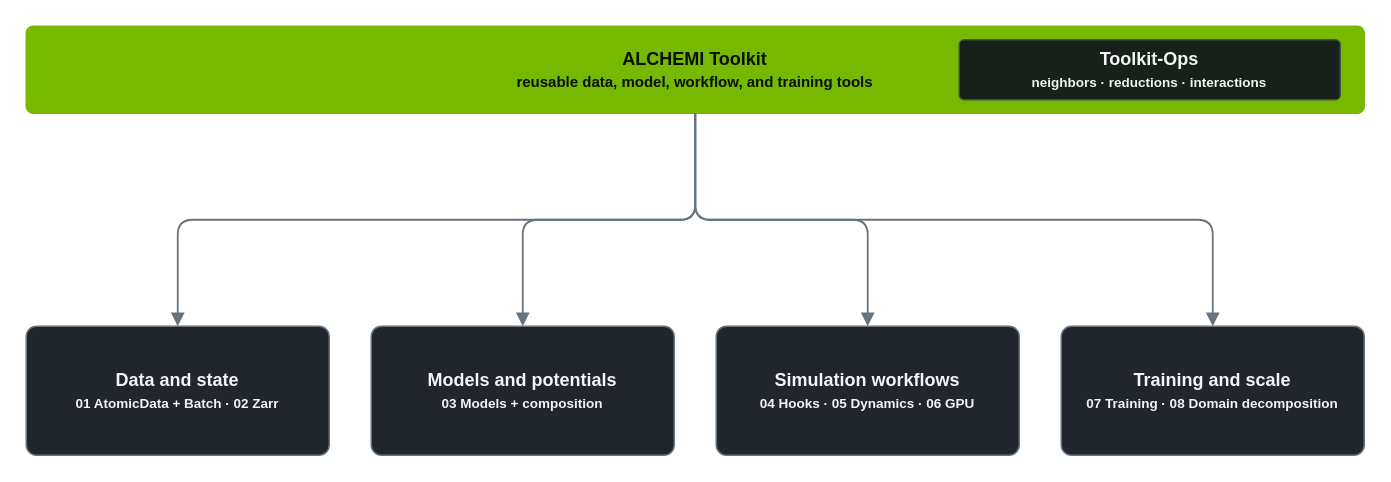
The draw.io diagram notebooks/00-core-playbook/assets/toolkit-capability-map.drawio in openhackathons-org/ALCHEMI-Bootcamp, before the edit. Source tidied: cells renumbered, new cells numbered last; positions are measured from the earlier drawing's top-left corner, leaving out a move shared by most shapes. Both pictures are drawn from the tidied source at 150%, with x=0, y=0 at pixel (26, 26).
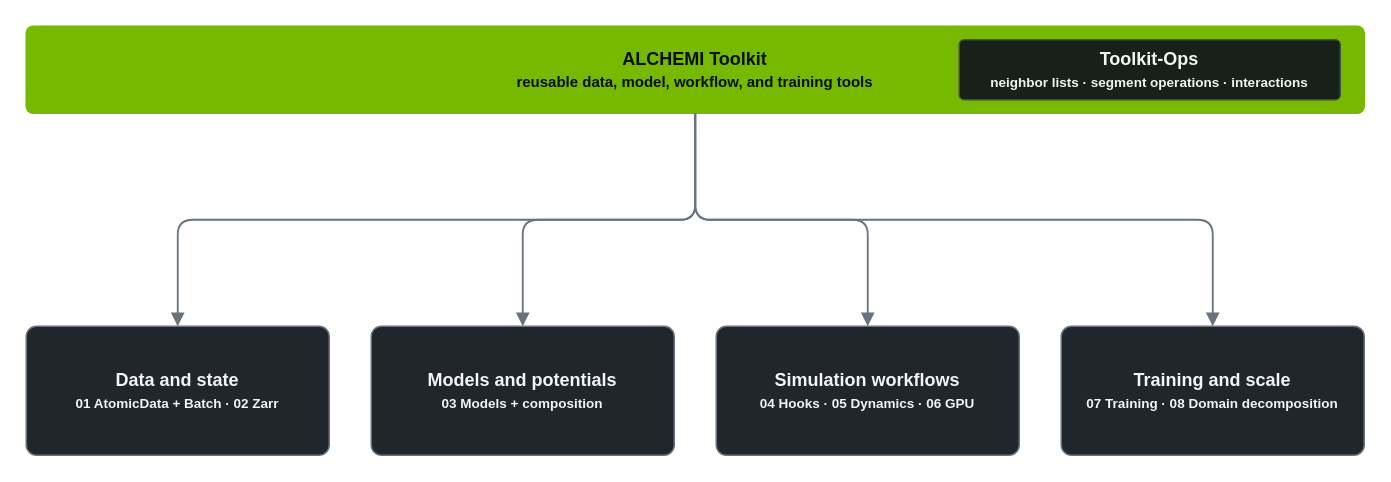
Above is the later version.

Diff of the diagram source:
```diff
@@
 <mxGraphModel>
   <root>
     <mxCell id="0" />
     <mxCell id="1" parent="0" />
     <mxCell id="2" value="ALCHEMI Toolkit&lt;br&gt;&lt;font style='font-size:10px'&gt;reusable data, model, workflow, and training tools&lt;/font&gt;" style="rounded=1;arcSize=8;whiteSpace=wrap;html=1;fillColor=#76B900;strokeColor=#76B900;fontColor=#081005;fontStyle=1;fontSize=12;" parent="1" vertex="1">
       <mxGeometry width="892" height="58" as="geometry" />
     </mxCell>
-    <mxCell id="3" value="Toolkit-Ops&lt;br&gt;&lt;font style='font-size:9px'&gt;neighbors · reductions · interactions&lt;/font&gt;" style="rounded=1;arcSize=8;whiteSpace=wrap;html=1;fillColor=#172119;strokeColor=#43533B;fontColor=#F3F4F6;fontStyle=1;fontSize=12;" parent="1" vertex="1">
+    <mxCell id="3" value="Toolkit-Ops&lt;br&gt;&lt;font style='font-size:9px'&gt;neighbor lists · segment operations · interactions&lt;/font&gt;" style="rounded=1;arcSize=8;whiteSpace=wrap;html=1;fillColor=#172119;strokeColor=#43533B;fontColor=#F3F4F6;fontStyle=1;fontSize=12;" parent="1" vertex="1">
       <mxGeometry x="622" y="9" width="254" height="40" as="geometry" />
     </mxCell>
     <mxCell id="4" value="Data and state&lt;br&gt;&lt;font style='font-size:9px'&gt;01 AtomicData + Batch · 02 Zarr&lt;/font&gt;" style="rounded=1;arcSize=8;whiteSpace=wrap;html=1;fillColor=#20262C;strokeColor=#68737E;fontColor=#F3F4F6;fontStyle=1;fontSize=12;" parent="1" vertex="1">
       <mxGeometry y="200" width="202" height="86" as="geometry" />
     </mxCell>
     <mxCell id="5" value="Models and potentials&lt;br&gt;&lt;font style='font-size:9px'&gt;03 Models + composition&lt;/font&gt;" style="rounded=1;arcSize=8;whiteSpace=wrap;html=1;fillColor=#20262C;strokeColor=#68737E;fontColor=#F3F4F6;fontStyle=1;fontSize=12;" parent="1" vertex="1">
       <mxGeometry x="230" y="200" width="202" height="86" as="geometry" />
     </mxCell>
     <mxCell id="6" value="Simulation workflows&lt;br&gt;&lt;font style='font-size:9px'&gt;04 Hooks · 05 Dynamics · 06 GPU&lt;/font&gt;" style="rounded=1;arcSize=8;whiteSpace=wrap;html=1;fillColor=#20262C;strokeColor=#68737E;fontColor=#F3F4F6;fontStyle=1;fontSize=12;" parent="1" vertex="1">
       <mxGeometry x="460" y="200" width="202" height="86" as="geometry" />
     </mxCell>
     <mxCell id="7" value="Training and scale&lt;br&gt;&lt;font style='font-size:9px'&gt;07 Training · 08 Domain decomposition&lt;/font&gt;" style="rounded=1;arcSize=8;whiteSpace=wrap;html=1;fillColor=#20262C;strokeColor=#68737E;fontColor=#F3F4F6;fontStyle=1;fontSize=12;" parent="1" vertex="1">
       <mxGeometry x="690" y="200" width="202" height="86" as="geometry" />
     </mxCell>
     <mxCell id="8" style="edgeStyle=orthogonalEdgeStyle;rounded=1;html=1;strokeColor=#68737E;strokeWidth=1.2;startArrow=none;endArrow=block;endFill=1;" parent="1" edge="1" source="2" target="4">
       <mxGeometry relative="1" as="geometry" />
     </mxCell>
     <mxCell id="9" style="edgeStyle=orthogonalEdgeStyle;rounded=1;html=1;strokeColor=#68737E;strokeWidth=1.2;startArrow=none;endArrow=block;endFill=1;" parent="1" edge="1" source="2" target="5">
       <mxGeometry relative="1" as="geometry" />
     </mxCell>
     <mxCell id="10" style="edgeStyle=orthogonalEdgeStyle;rounded=1;html=1;strokeColor=#68737E;strokeWidth=1.2;startArrow=none;endArrow=block;endFill=1;" parent="1" edge="1" source="2" target="6">
       <mxGeometry relative="1" as="geometry" />
     </mxCell>
     <mxCell id="11" style="edgeStyle=orthogonalEdgeStyle;rounded=1;html=1;strokeColor=#68737E;strokeWidth=1.2;startArrow=none;endArrow=block;endFill=1;" parent="1" edge="1" source="2" target="7">
       <mxGeometry relative="1" as="geometry" />
     </mxCell>
   </root>
 </mxGraphModel>
```
